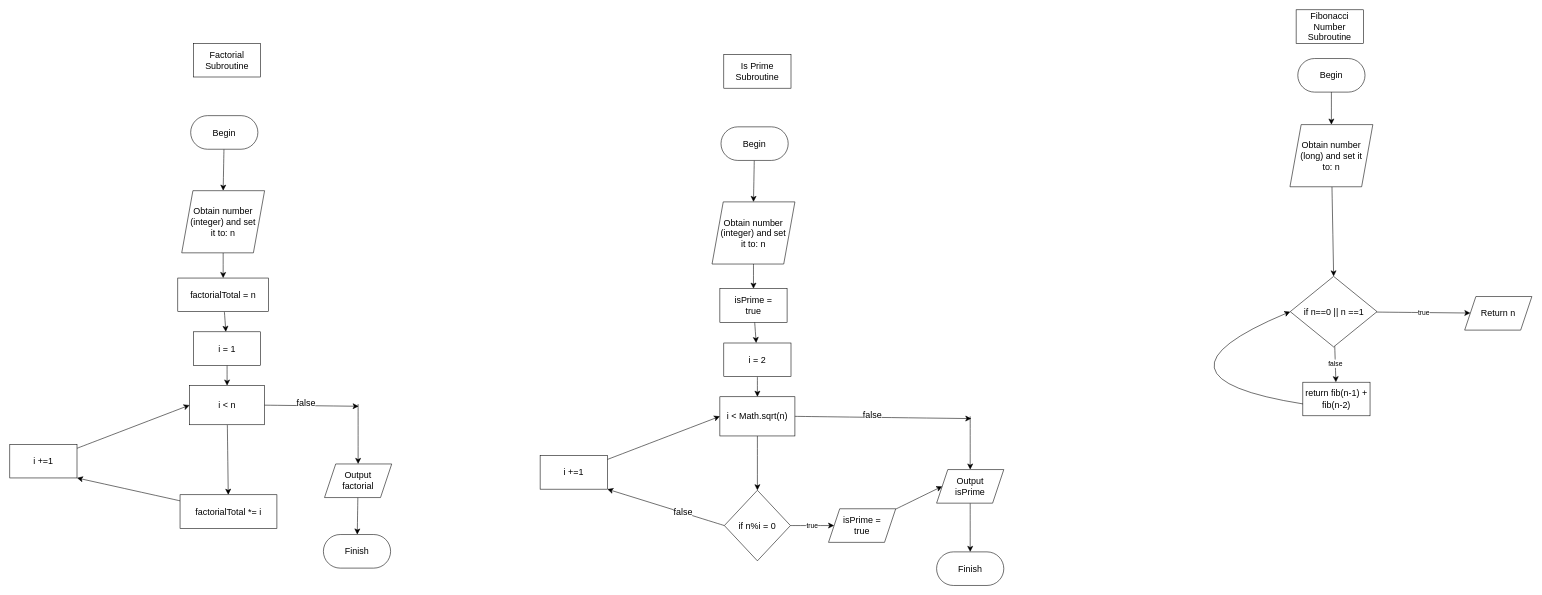
The draw.io diagram anwarAssignment24/isPrime.drawio in mh-anwar/ICS3U1, before the edit. Source tidied: cells renumbered, new cells numbered last; positions are measured from the earlier drawing's top-left corner, leaving out a move shared by most shapes. Both pictures are drawn from the tidied source at 56%, with x=0, y=0 at pixel (10, 10).
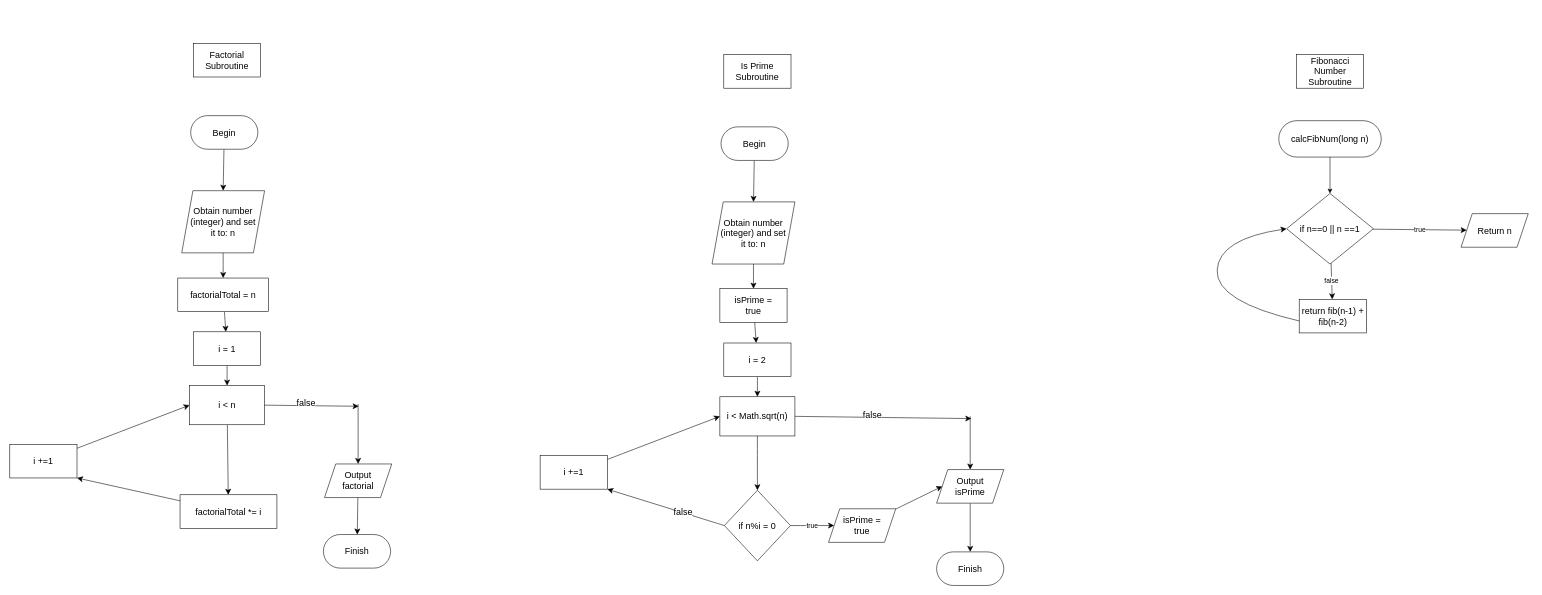
Above is the later version.

Diff of the diagram source:
```diff
@@
-    <mxCell id="48" style="edgeStyle=none;curved=1;rounded=0;jettySize=auto;html=1;fontSize=12;startSize=8;endSize=8;entryX=0.5;entryY=0;entryDx=0;entryDy=0;" parent="1" edge="1" source="49" target="51">
-      <mxGeometry relative="1" as="geometry" />
-    </mxCell>
+    <mxCell id="59" style="edgeStyle=orthogonalEdgeStyle;rounded=0;jettySize=auto;html=1;" parent="1" edge="1" source="49" target="57">
+      <mxGeometry relative="1" as="geometry" />
+    </mxCell>
-    <mxCell id="49" value="Begin" style="rounded=1;whiteSpace=wrap;html=1;fontSize=16;arcSize=50;" parent="1" vertex="1">
-      <mxGeometry x="2300" y="87" width="120" height="60" as="geometry" />
+    <mxCell id="49" value="calcFibNum(long n)" style="rounded=1;whiteSpace=wrap;html=1;fontSize=16;arcSize=50;spacing=12;" parent="1" vertex="1">
+      <mxGeometry x="2266" y="198" width="183" height="65" as="geometry" />
     </mxCell>
-    <mxCell id="50" style="edgeStyle=none;curved=1;rounded=0;jettySize=auto;html=1;fontSize=12;startSize=8;endSize=8;entryX=0.5;entryY=0;entryDx=0;entryDy=0;" parent="1" edge="1" source="51" target="57">
-      <mxGeometry relative="1" as="geometry" />
-    </mxCell>
-    <mxCell id="51" value="Obtain number (long) and set it to: n" style="shape=parallelogram;perimeter=parallelogramPerimeter;whiteSpace=wrap;html=1;fixedSize=1;fontSize=16;spacing=12;" parent="1" vertex="1">
-      <mxGeometry x="2286" y="205" width="148" height="111" as="geometry" />
-    </mxCell>
     <mxCell id="52" style="edgeStyle=none;curved=1;rounded=0;jettySize=auto;html=1;entryX=0;entryY=0.5;entryDx=0;entryDy=0;fontSize=12;startSize=8;endSize=8;exitX=0.012;exitY=0.65;exitDx=0;exitDy=0;exitPerimeter=0;" parent="1" edge="1" source="53" target="57">
       <mxGeometry relative="1" as="geometry">
         <Array as="points">
-          <mxPoint x="2007" y="656" />
+          <mxPoint x="2153" y="521" />
+          <mxPoint x="2159" y="409" />
         </Array>
       </mxGeometry>
     </mxCell>
     <mxCell id="53" value="return fib(n-1) + fib(n-2)" style="rounded=0;whiteSpace=wrap;html=1;fontSize=16;" parent="1" vertex="1">
-      <mxGeometry x="2309" y="665" width="120" height="60" as="geometry" />
+      <mxGeometry x="2302.5" y="517" width="120" height="60" as="geometry" />
     </mxCell>
     <mxCell id="54" value="Fibonacci Number Subroutine" style="rounded=0;whiteSpace=wrap;html=1;fontSize=16;" parent="1" vertex="1">
-      <mxGeometry x="2297" width="120" height="60" as="geometry" />
+      <mxGeometry x="2297.5" y="80" width="120" height="60" as="geometry" />
     </mxCell>
@@
     <mxCell id="57" value="if n==0 || n ==1" style="rhombus;whiteSpace=wrap;html=1;fontSize=16;spacing=12;" parent="1" vertex="1">
-      <mxGeometry x="2286.5" y="476" width="155" height="126" as="geometry" />
+      <mxGeometry x="2280" y="328" width="155" height="126" as="geometry" />
     </mxCell>
     <mxCell id="58" value="Return n" style="shape=parallelogram;perimeter=parallelogramPerimeter;whiteSpace=wrap;html=1;fixedSize=1;fontSize=16;" parent="1" vertex="1">
-      <mxGeometry x="2598" y="512" width="120" height="60" as="geometry" />
+      <mxGeometry x="2591.5" y="364" width="120" height="60" as="geometry" />
     </mxCell>
```
